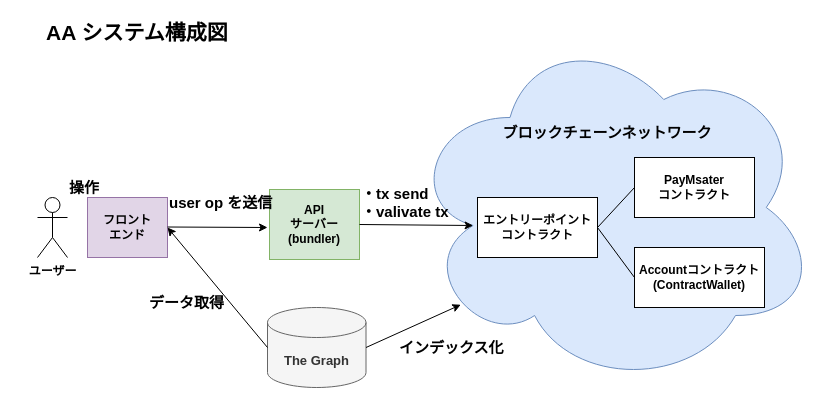
Before: page "システム構成案" (1 of 2) of docs/system.drawio in mashharuki/ERC4337, a draw.io diagram. Source tidied: cells renumbered, new cells numbered last; positions are measured from the earlier drawing's top-left corner, leaving out a move shared by most shapes. Both pictures are drawn from the tidied source at 100%, with x=0, y=0 at pixel (17, 17).
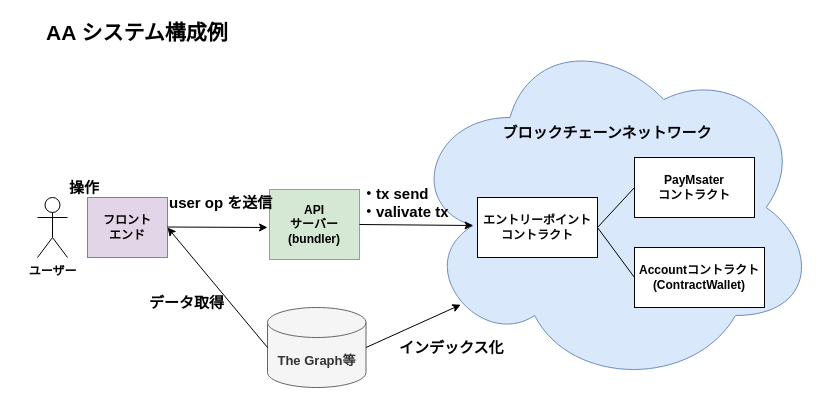
The same diagram, later.

The edit, as a diff of the source:
```diff
@@
-    <mxCell id="13" value="AA システム構成図" style="text;html=1;strokeColor=none;fillColor=none;align=center;verticalAlign=middle;whiteSpace=wrap;rounded=0;fontStyle=1;fontSize=21;" parent="1" vertex="1">
+    <mxCell id="13" value="AA システム構成例" style="text;html=1;strokeColor=none;fillColor=none;align=center;verticalAlign=middle;whiteSpace=wrap;rounded=0;fontStyle=1;fontSize=21;" parent="1" vertex="1">
       <mxGeometry width="240" height="30" as="geometry" />
     </mxCell>
@@
-    <mxCell id="18" value="&lt;b&gt;&lt;font style=&quot;font-size: 13px;&quot;&gt;The Graph&lt;/font&gt;&lt;/b&gt;" style="shape=cylinder3;whiteSpace=wrap;html=1;boundedLbl=1;backgroundOutline=1;size=15;fillColor=#f5f5f5;strokeColor=#666666;fontColor=#333333;" parent="1" vertex="1">
+    <mxCell id="18" value="&lt;b&gt;&lt;font style=&quot;font-size: 13px;&quot;&gt;The Graph等&lt;/font&gt;&lt;/b&gt;" style="shape=cylinder3;whiteSpace=wrap;html=1;boundedLbl=1;backgroundOutline=1;size=15;fillColor=#f5f5f5;strokeColor=#666666;fontColor=#333333;" parent="1" vertex="1">
       <mxGeometry x="250" y="290" width="98.5" height="80" as="geometry" />
     </mxCell>
```
